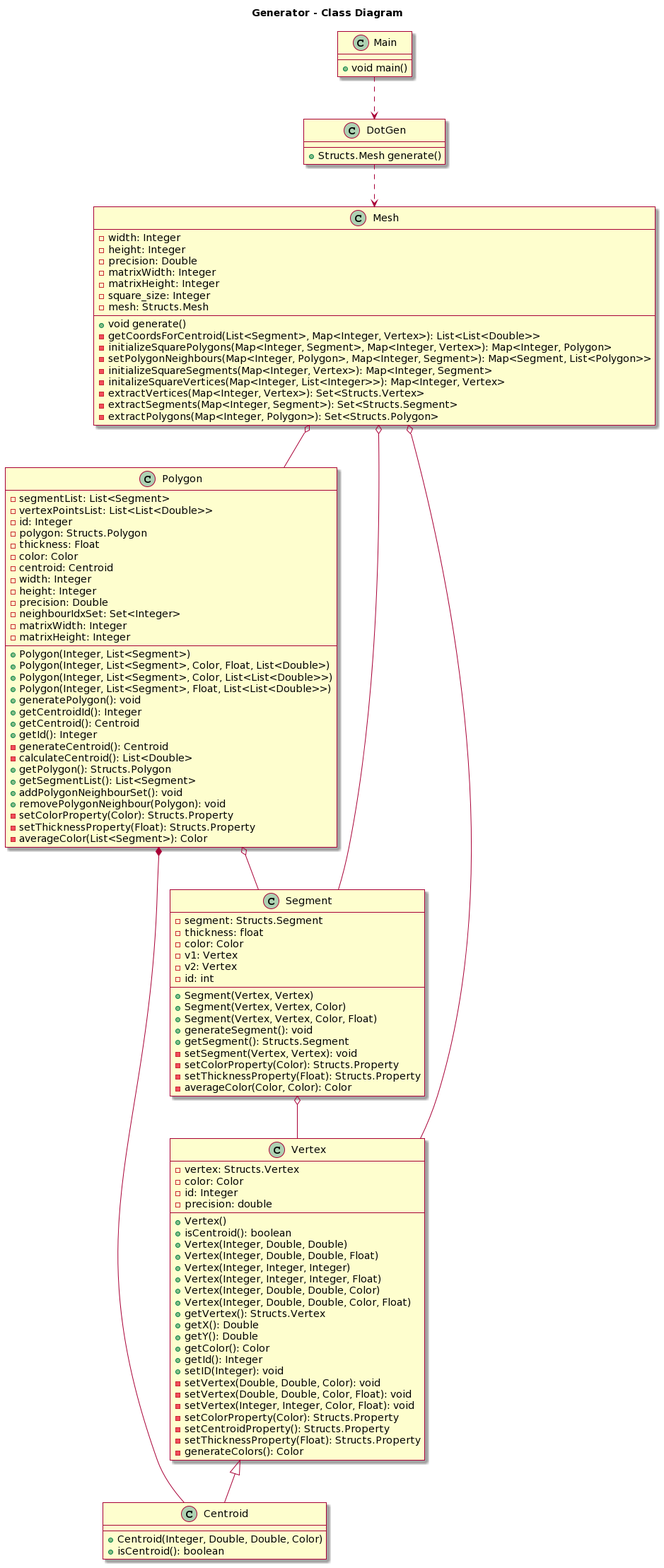
itshady/Island-Generator keeps this PlantUML diagram as umlDiagrams/part2Generator.png. Above is the earlier version.
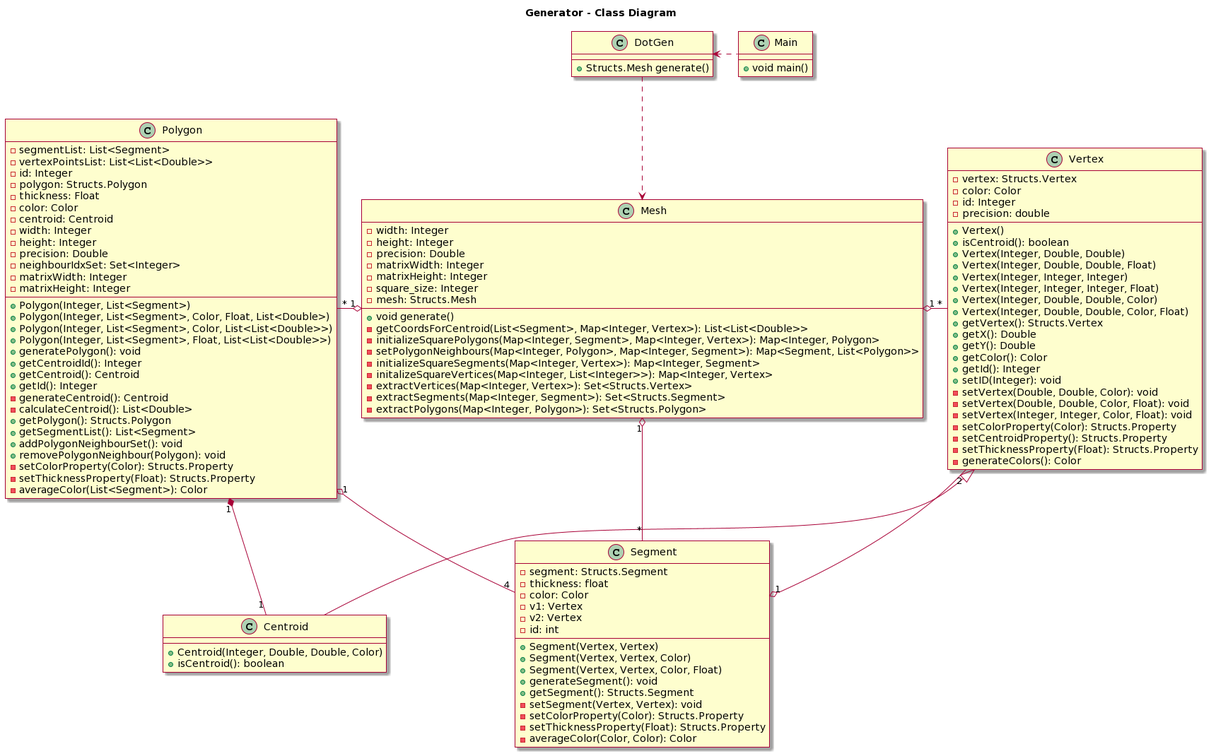
Above is the later version.

Change to the diagram source:
```diff
@@ -111,12 +111,12 @@
   +isCentroid(): boolean
 }
 
-Main ..> DotGen
+Main .left.> DotGen
 DotGen ..> Mesh
-Mesh o-- Polygon
-Mesh o-- Segment
-Mesh o-- Vertex
-Polygon *-- Centroid
-Polygon o-- Segment
-Segment o-- Vertex
+Mesh "1" o-left- "*" Polygon
+Mesh "1" o-down- "*" Segment
+Mesh "1" o-right- "*" Vertex
+Polygon "1" *-- "1" Centroid
+Polygon "1" o-right- "4" Segment
+Segment "1" o-left- "2" Vertex
 @enduml
```
